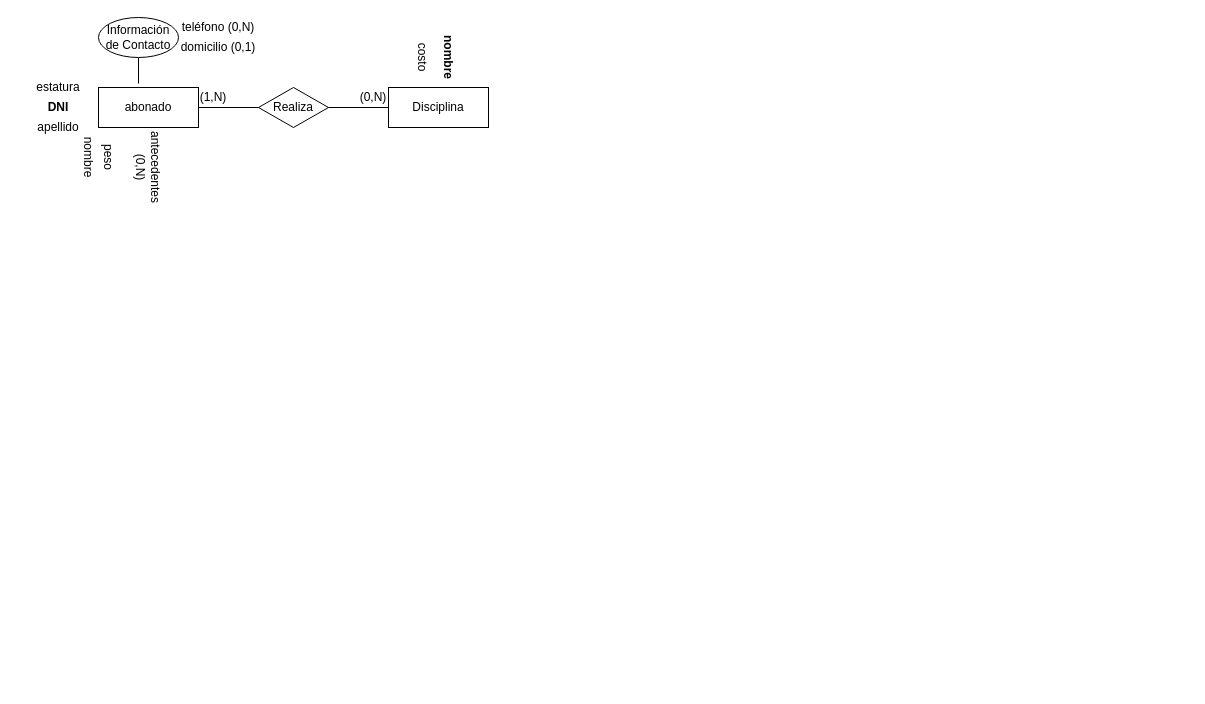
c97Ernesto/DisenioBasesDatos keeps this draw.io diagram as Practica/Practica1/ejercicio04_P1.drawio. Above is the earlier version. Source tidied: cells renumbered, new cells numbered last; positions are measured from the earlier drawing's top-left corner, leaving out a move shared by most shapes. Both pictures are drawn from the tidied source at 100%, with x=0, y=0 at pixel (28, 17).
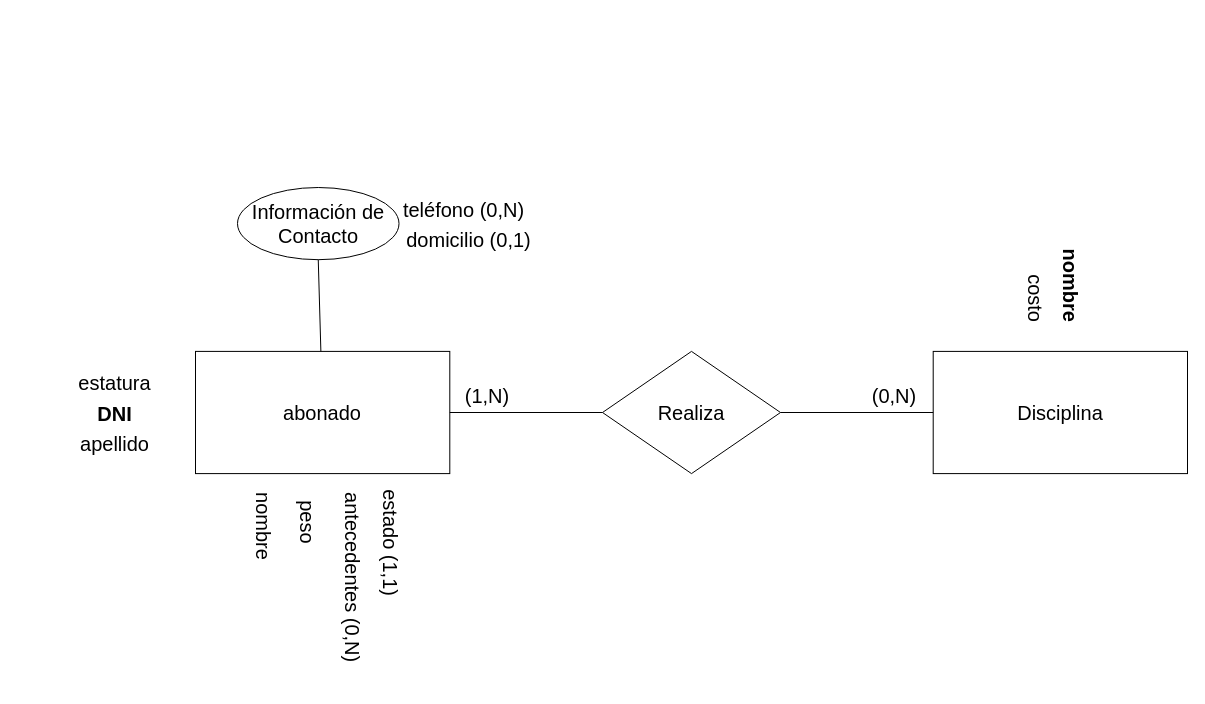
The same page after the edit.

The edit, as a diff of the source:
```diff
@@
+    <mxCell id="21" style="group;fontSize=20;" parent="1" vertex="1">
+      <mxGeometry x="-11" y="120" width="1170" height="550" as="geometry" />
+    </mxCell>
-    <mxCell id="2" value="Disciplina" style="whiteSpace=wrap;html=1;align=center;" parent="1" vertex="1">
-      <mxGeometry x="360" y="70" width="100" height="40" as="geometry" />
+    <mxCell id="2" value="Disciplina" style="whiteSpace=wrap;html=1;align=center;fontSize=20;" parent="21" vertex="1">
+      <mxGeometry x="915.7" y="213.9" width="254.3" height="122.2" as="geometry" />
     </mxCell>
-    <mxCell id="3" value="abonado" style="whiteSpace=wrap;html=1;align=center;" parent="1" vertex="1">
-      <mxGeometry x="70" y="70" width="100" height="40" as="geometry" />
+    <mxCell id="3" value="abonado" style="whiteSpace=wrap;html=1;align=center;fontSize=20;" parent="21" vertex="1">
+      <mxGeometry x="178" y="213.9" width="254.3" height="122.2" as="geometry" />
     </mxCell>
-    <mxCell id="4" value="Realiza" style="shape=rhombus;perimeter=rhombusPerimeter;whiteSpace=wrap;html=1;align=center;" parent="1" vertex="1">
-      <mxGeometry x="230" y="70" width="70" height="40" as="geometry" />
+    <mxCell id="4" value="Realiza" style="shape=rhombus;perimeter=rhombusPerimeter;whiteSpace=wrap;html=1;align=center;fontSize=20;" parent="21" vertex="1">
+      <mxGeometry x="585" y="213.9" width="178" height="122.2" as="geometry" />
     </mxCell>
-    <mxCell id="5" value="Información de Contacto" style="ellipse;whiteSpace=wrap;html=1;align=center;" parent="1" vertex="1">
-      <mxGeometry x="70" width="80" height="40" as="geometry" />
+    <mxCell id="5" value="Información de Contacto" style="ellipse;whiteSpace=wrap;html=1;align=center;fontSize=20;" parent="21" vertex="1">
+      <mxGeometry x="220" y="50" width="161.5" height="72.2" as="geometry" />
     </mxCell>
-    <mxCell id="6" value="apellido" style="text;html=1;strokeColor=none;fillColor=none;align=center;verticalAlign=middle;whiteSpace=wrap;rounded=0;" parent="1" vertex="1">
-      <mxGeometry y="100" width="60" height="20" as="geometry" />
+    <mxCell id="6" value="apellido" style="text;html=1;strokeColor=none;fillColor=none;align=center;verticalAlign=middle;whiteSpace=wrap;rounded=0;fontSize=20;" parent="21" vertex="1">
+      <mxGeometry x="21" y="293.5" width="152.6" height="24.4" as="geometry" />
     </mxCell>
-    <mxCell id="7" value="&lt;b&gt;DNI&lt;/b&gt;" style="text;html=1;strokeColor=none;fillColor=none;align=center;verticalAlign=middle;whiteSpace=wrap;rounded=0;" parent="1" vertex="1">
-      <mxGeometry y="80" width="60" height="20" as="geometry" />
+    <mxCell id="7" value="&lt;b style=&quot;font-size: 20px;&quot;&gt;DNI&lt;/b&gt;" style="text;html=1;strokeColor=none;fillColor=none;align=center;verticalAlign=middle;whiteSpace=wrap;rounded=0;fontSize=20;" parent="21" vertex="1">
+      <mxGeometry x="21" y="263" width="152.6" height="25.6" as="geometry" />
     </mxCell>
-    <mxCell id="8" value="nombre" style="text;html=1;strokeColor=none;fillColor=none;align=center;verticalAlign=middle;whiteSpace=wrap;rounded=0;rotation=90;" parent="1" vertex="1">
-      <mxGeometry x="30" y="130" width="60" height="20" as="geometry" />
+    <mxCell id="8" value="nombre" style="text;html=1;strokeColor=none;fillColor=none;align=center;verticalAlign=middle;whiteSpace=wrap;rounded=0;rotation=90;fontSize=20;" parent="21" vertex="1">
+      <mxGeometry x="202.8" y="368.2" width="89" height="41.1" as="geometry" />
     </mxCell>
-    <mxCell id="9" value="peso" style="text;html=1;strokeColor=none;fillColor=none;align=center;verticalAlign=middle;whiteSpace=wrap;rounded=0;rotation=90;" parent="1" vertex="1">
-      <mxGeometry x="50" y="130" width="60" height="20" as="geometry" />
+    <mxCell id="9" value="peso" style="text;html=1;strokeColor=none;fillColor=none;align=center;verticalAlign=middle;whiteSpace=wrap;rounded=0;rotation=90;fontSize=20;" parent="21" vertex="1">
+      <mxGeometry x="257.6" y="368" width="65.8" height="32.8" as="geometry" />
     </mxCell>
-    <mxCell id="10" value="estatura" style="text;html=1;strokeColor=none;fillColor=none;align=center;verticalAlign=middle;whiteSpace=wrap;rounded=0;" parent="1" vertex="1">
-      <mxGeometry y="60" width="60" height="20" as="geometry" />
+    <mxCell id="10" value="estatura" style="text;html=1;strokeColor=none;fillColor=none;align=center;verticalAlign=middle;whiteSpace=wrap;rounded=0;fontSize=20;" parent="21" vertex="1">
+      <mxGeometry x="21" y="232" width="152.6" height="26.7" as="geometry" />
     </mxCell>
-    <mxCell id="11" value="&lt;b&gt;nombre&lt;/b&gt;" style="text;html=1;strokeColor=none;fillColor=none;align=center;verticalAlign=middle;whiteSpace=wrap;rounded=0;flipV=1;flipH=1;rotation=90;" parent="1" vertex="1">
-      <mxGeometry x="390" y="30" width="60" height="20" as="geometry" />
+    <mxCell id="11" value="&lt;b style=&quot;font-size: 20px;&quot;&gt;nombre&lt;/b&gt;" style="text;html=1;strokeColor=none;fillColor=none;align=center;verticalAlign=middle;whiteSpace=wrap;rounded=0;flipV=1;flipH=1;rotation=90;fontSize=20;" parent="21" vertex="1">
+      <mxGeometry x="1003.9" y="131.9" width="100.4" height="32.8" as="geometry" />
     </mxCell>
-    <mxCell id="12" value="costo" style="text;html=1;strokeColor=none;fillColor=none;align=center;verticalAlign=middle;whiteSpace=wrap;rounded=0;rotation=90;" parent="1" vertex="1">
-      <mxGeometry x="364" y="30" width="60" height="20" as="geometry" />
+    <mxCell id="12" value="costo" style="text;html=1;strokeColor=none;fillColor=none;align=center;verticalAlign=middle;whiteSpace=wrap;rounded=0;rotation=90;fontSize=20;" parent="21" vertex="1">
+      <mxGeometry x="981.1" y="146.9" width="74.8" height="28.3" as="geometry" />
     </mxCell>
-    <mxCell id="13" value="(1,N)" style="text;html=1;strokeColor=none;fillColor=none;align=center;verticalAlign=middle;whiteSpace=wrap;rounded=0;" parent="1" vertex="1">
-      <mxGeometry x="170" y="70" width="30" height="20" as="geometry" />
+    <mxCell id="13" value="(1,N)" style="text;html=1;strokeColor=none;fillColor=none;align=center;verticalAlign=middle;whiteSpace=wrap;rounded=0;fontSize=20;" parent="21" vertex="1">
+      <mxGeometry x="432.4" y="240" width="76.3" height="35" as="geometry" />
     </mxCell>
-    <mxCell id="14" value="(0,N)" style="text;html=1;strokeColor=none;fillColor=none;align=center;verticalAlign=middle;whiteSpace=wrap;rounded=0;" parent="1" vertex="1">
-      <mxGeometry x="330" y="70" width="30" height="20" as="geometry" />
+    <mxCell id="14" value="(0,N)" style="text;html=1;strokeColor=none;fillColor=none;align=center;verticalAlign=middle;whiteSpace=wrap;rounded=0;fontSize=20;" parent="21" vertex="1">
+      <mxGeometry x="839.4" y="240" width="76.3" height="35" as="geometry" />
     </mxCell>
-    <mxCell id="15" style="endArrow=none;html=1;rounded=0;exitX=1;exitY=0.5;exitDx=0;exitDy=0;" parent="1" edge="1" source="3" target="4">
+    <mxCell id="15" style="endArrow=none;html=1;rounded=0;exitX=1;exitY=0.5;exitDx=0;exitDy=0;fontSize=20;" parent="21" edge="1" source="3" target="4">
       <mxGeometry relative="1" as="geometry" />
     </mxCell>
-    <mxCell id="16" style="endArrow=none;html=1;rounded=0;entryX=0;entryY=0.5;entryDx=0;entryDy=0;exitX=1;exitY=0.5;exitDx=0;exitDy=0;" parent="1" edge="1" source="4" target="2">
+    <mxCell id="16" style="endArrow=none;html=1;rounded=0;entryX=0;entryY=0.5;entryDx=0;entryDy=0;exitX=1;exitY=0.5;exitDx=0;exitDy=0;fontSize=20;" parent="21" edge="1" source="4" target="2">
       <mxGeometry relative="1" as="geometry" />
     </mxCell>
-    <mxCell id="17" style="endArrow=none;html=1;rounded=0;exitX=0.5;exitY=1;exitDx=0;exitDy=0;entryX=0.4;entryY=-0.1;entryDx=0;entryDy=0;entryPerimeter=0;" parent="1" edge="1" source="5" target="3">
+    <mxCell id="17" style="endArrow=none;html=1;rounded=0;exitX=0.5;exitY=1;exitDx=0;exitDy=0;fontSize=20;" parent="21" edge="1" source="5" target="3">
       <mxGeometry relative="1" as="geometry" />
     </mxCell>
-    <mxCell id="18" value="teléfono (0,N)" style="text;html=1;strokeColor=none;fillColor=none;align=center;verticalAlign=middle;whiteSpace=wrap;rounded=0;rotation=0;" parent="1" vertex="1">
-      <mxGeometry x="150" width="80" height="20" as="geometry" />
+    <mxCell id="18" value="teléfono (0,N)" style="text;html=1;strokeColor=none;fillColor=none;align=center;verticalAlign=middle;whiteSpace=wrap;rounded=0;rotation=0;fontSize=20;" parent="21" vertex="1">
+      <mxGeometry x="381.5" y="56.1" width="128.5" height="31.1" as="geometry" />
     </mxCell>
-    <mxCell id="19" value="domicilio (0,1)" style="text;html=1;strokeColor=none;fillColor=none;align=center;verticalAlign=middle;whiteSpace=wrap;rounded=0;" parent="1" vertex="1">
-      <mxGeometry x="150" y="20" width="80" height="20" as="geometry" />
+    <mxCell id="19" value="domicilio (0,1)" style="text;html=1;strokeColor=none;fillColor=none;align=center;verticalAlign=middle;whiteSpace=wrap;rounded=0;fontSize=20;" parent="21" vertex="1">
+      <mxGeometry x="381.5" y="87.2" width="138.5" height="28.9" as="geometry" />
     </mxCell>
-    <mxCell id="20" value="antecedentes (0,N)" style="text;html=1;strokeColor=none;fillColor=none;align=center;verticalAlign=middle;whiteSpace=wrap;rounded=0;rotation=90;" parent="1" vertex="1">
-      <mxGeometry x="90" y="130" width="60" height="40" as="geometry" />
+    <mxCell id="20" value="antecedentes (0,N)" style="text;html=1;strokeColor=none;fillColor=none;align=center;verticalAlign=middle;whiteSpace=wrap;rounded=0;rotation=90;fontSize=20;" parent="21" vertex="1">
+      <mxGeometry x="240.7" y="419.4" width="190" height="40.9" as="geometry" />
     </mxCell>
+    <mxCell id="22" value="estado (1,1)" style="text;html=1;strokeColor=none;fillColor=none;align=center;verticalAlign=middle;whiteSpace=wrap;rounded=0;rotation=90;fontSize=20;" parent="21" vertex="1">
+      <mxGeometry x="319.4" y="389.6" width="109" height="32.8" as="geometry" />
+    </mxCell>
```
